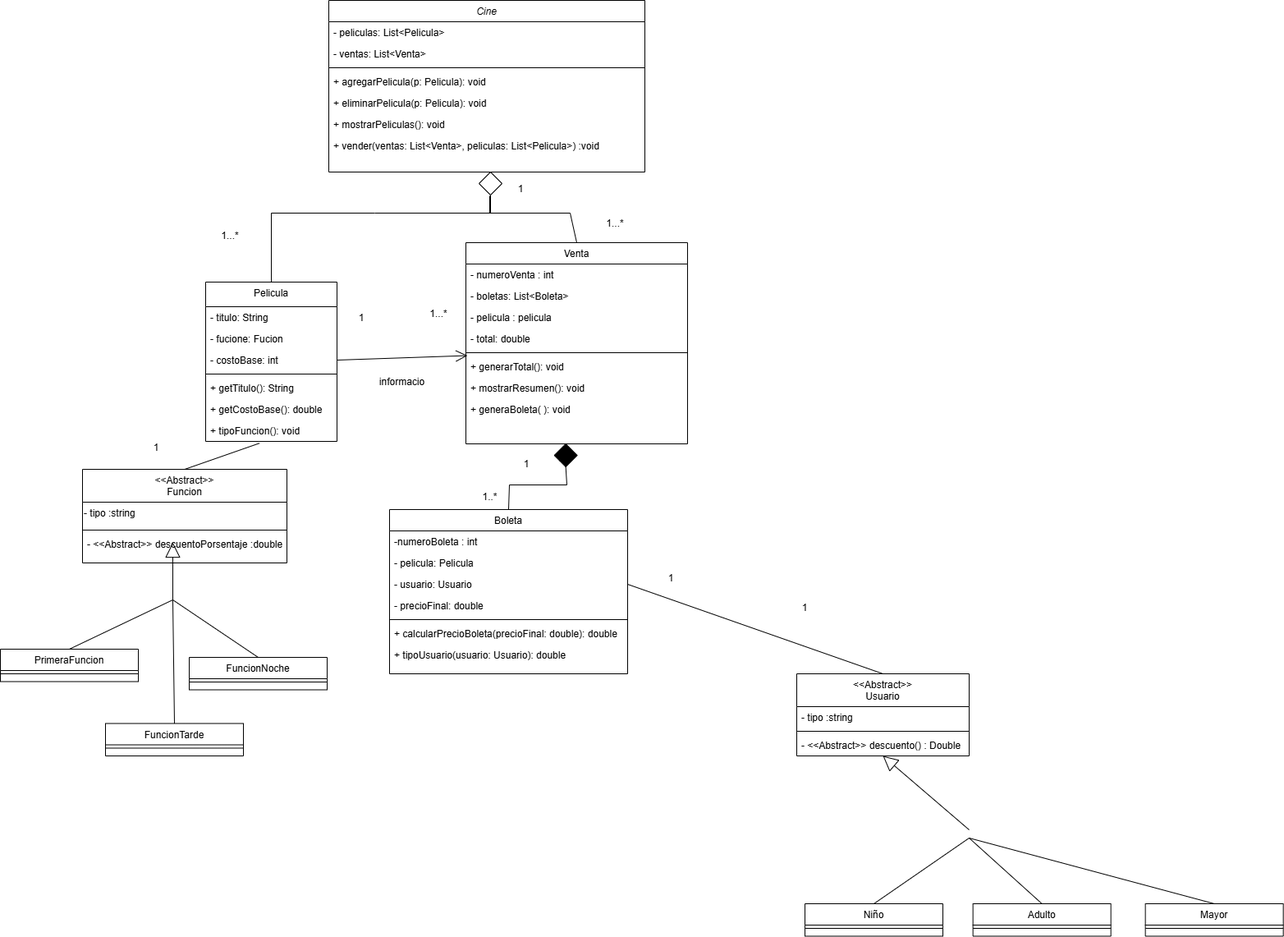
The draw.io diagram 0.3-DiagramCine.drawio.png in Maribel04072025/Cine, before a commit. Source tidied: cells renumbered, new cells last; positions are measured from the earlier drawing's top-left corner, leaving out a move shared by most shapes.
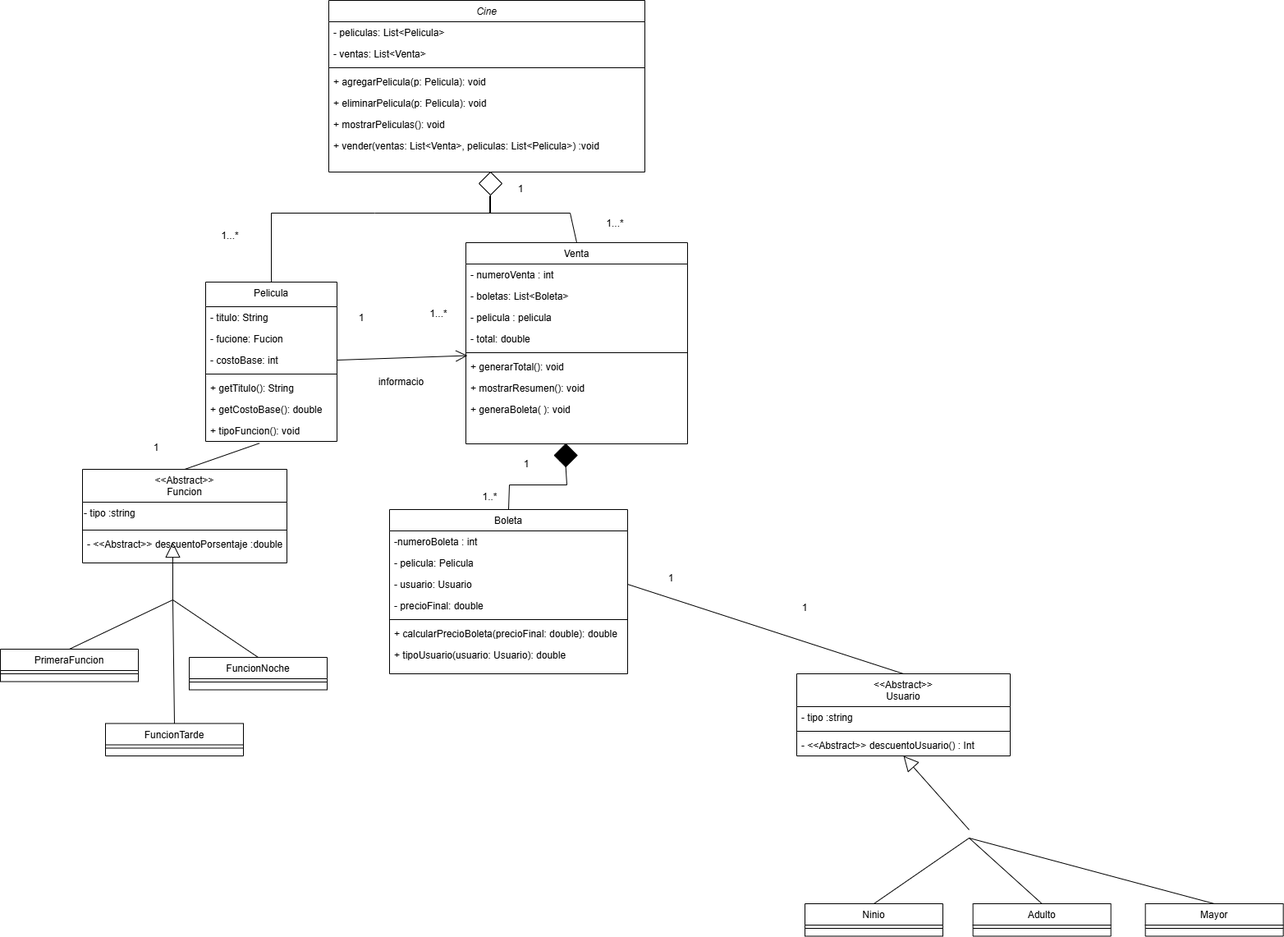
The same file after the commit.

Commit message:
se cre los metodos de boleta

What changed in the source:
```diff
@@ -140,18 +140,18 @@
       <mxGeometry x="577.6" y="590" width="37" height="30" as="geometry" />
     </mxCell>
     <mxCell id="42" value="&lt;&lt;Abstract&gt;&gt;&#10;Usuario" style="swimlane;fontStyle=0;align=center;verticalAlign=top;horizontal=1;startSize=40;rounded=0;shadow=0;strokeWidth=1;" parent="1" vertex="1">
-      <mxGeometry x="970" y="820" width="210" height="100" as="geometry" />
+      <mxGeometry x="970" y="820" width="260" height="100" as="geometry" />
     </mxCell>
     <mxCell id="43" value="- tipo :string" style="text;align=left;verticalAlign=top;spacingLeft=4;spacingRight=4;overflow=hidden;" parent="42" vertex="1">
-      <mxGeometry y="40" width="210" height="26" as="geometry" />
+      <mxGeometry y="40" width="260" height="26" as="geometry" />
     </mxCell>
     <mxCell id="44" style="line;html=1;strokeWidth=1;align=left;verticalAlign=middle;spacingTop=-1;spacingLeft=3;spacingRight=3;labelPosition=right;" parent="42" vertex="1">
-      <mxGeometry y="66" width="210" height="8" as="geometry" />
+      <mxGeometry y="66" width="260" height="8" as="geometry" />
     </mxCell>
-    <mxCell id="45" value="- &lt;&lt;Abstract&gt;&gt; descuento() : Double" style="text;align=left;verticalAlign=top;spacingLeft=4;spacingRight=4;overflow=hidden;" parent="42" vertex="1">
-      <mxGeometry y="74" width="210" height="26" as="geometry" />
+    <mxCell id="45" value="- &lt;&lt;Abstract&gt;&gt; descuentoUsuario() : Int" style="text;align=left;verticalAlign=top;spacingLeft=4;spacingRight=4;overflow=hidden;" parent="42" vertex="1">
+      <mxGeometry y="74" width="260" height="26" as="geometry" />
     </mxCell>
-    <mxCell id="46" value="Niño" style="swimlane;fontStyle=0;align=center;verticalAlign=top;horizontal=1;startSize=26;rounded=0;shadow=0;strokeWidth=1;" parent="1" vertex="1">
+    <mxCell id="46" value="Ninio" style="swimlane;fontStyle=0;align=center;verticalAlign=top;horizontal=1;startSize=26;rounded=0;shadow=0;strokeWidth=1;" parent="1" vertex="1">
       <mxGeometry x="980" y="1100" width="168" height="39.5" as="geometry" />
     </mxCell>
     <mxCell id="47" style="line;html=1;strokeWidth=1;align=left;verticalAlign=middle;spacingTop=-1;spacingLeft=3;spacingRight=3;labelPosition=right;" parent="46" vertex="1">
```
